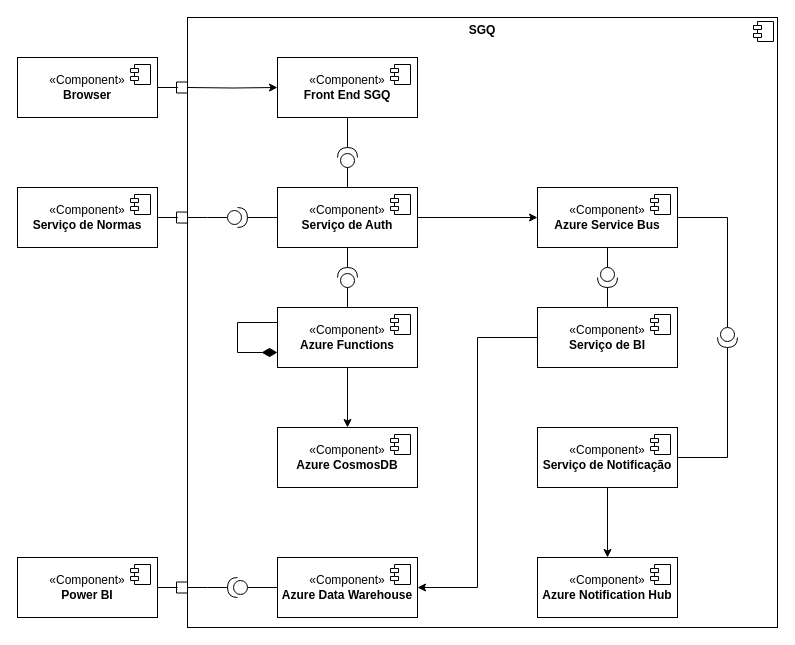
The draw.io diagram docs/draws/4.1 Diagrama de componentes.drawio in fbalbinoribeiro/sgq, before the edit. Source tidied: cells renumbered, new cells numbered last; positions are measured from the earlier drawing's top-left corner, leaving out a move shared by most shapes. Both pictures are drawn from the tidied source at 100%, with x=0, y=0 at pixel (17, 17).
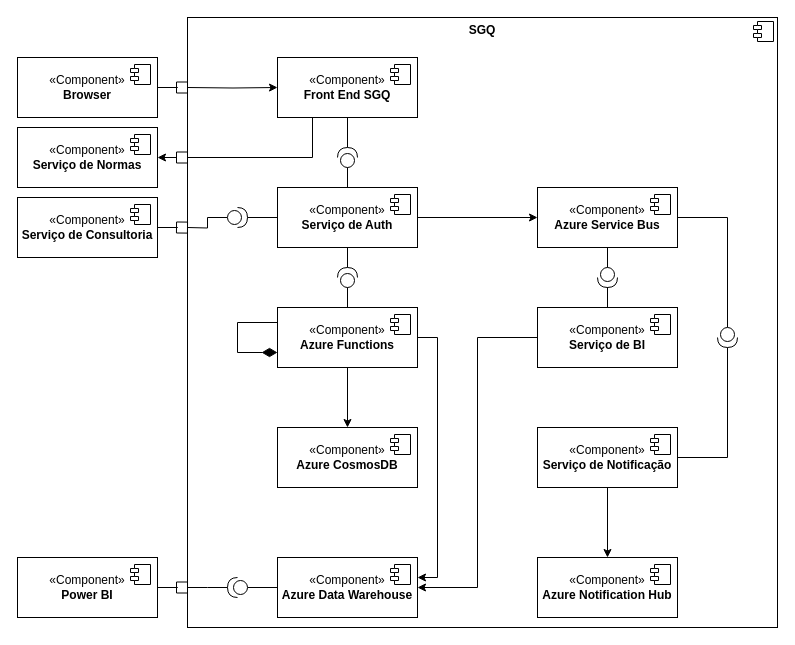
After the change.

The change refers to these unchanged cells:
```xml
<mxCell id="2" value="&lt;p style=&quot;margin:0px;margin-top:6px;text-align:center;&quot;&gt;&lt;b&gt;SGQ&lt;/b&gt;&lt;/p&gt;" style="align=left;overflow=fill;html=1;whiteSpace=wrap;" parent="1" vertex="1">
  <mxGeometry x="170" width="590" height="610" as="geometry" />
</mxCell>
<mxCell id="9" value="«Component»&lt;br&gt;&lt;b&gt;Front End SGQ&lt;/b&gt;" style="html=1;whiteSpace=wrap;" parent="1" vertex="1">
  <mxGeometry x="260" y="40" width="140" height="60" as="geometry" />
</mxCell>
<mxCell id="26" value="«Component»&lt;br&gt;&lt;b&gt;Azure Functions&lt;/b&gt;" style="html=1;whiteSpace=wrap;" parent="1" vertex="1">
  <mxGeometry x="260" y="290" width="140" height="60" as="geometry" />
</mxCell>
<mxCell id="51" style="shape=providedRequiredInterface;html=1;verticalLabelPosition=bottom;sketch=0;rotation=-180;direction=west;" parent="1" vertex="1">
  <mxGeometry x="210" y="190" width="20" height="20" as="geometry" />
</mxCell>
```

The edit, as a diff of the source:
```diff
@@
+    <mxCell id="55" style="edgeStyle=orthogonalEdgeStyle;rounded=0;jettySize=auto;html=1;exitX=0.25;exitY=1;exitDx=0;exitDy=0;entryX=0.25;entryY=1;entryDx=0;entryDy=0;endArrow=none;endFill=0;" parent="1" edge="1" source="9">
+      <mxGeometry relative="1" as="geometry">
+        <mxPoint x="170" y="140" as="targetPoint" />
+        <Array as="points">
+          <mxPoint x="295" y="140" />
+        </Array>
+      </mxGeometry>
+    </mxCell>
@@
-    <mxCell id="11" style="edgeStyle=orthogonalEdgeStyle;rounded=0;jettySize=auto;html=1;endArrow=box;endFill=0;endSize=9;entryX=0;entryY=0.328;entryDx=0;entryDy=0;entryPerimeter=0;" parent="1" edge="1" source="12" target="2">
-      <mxGeometry relative="1" as="geometry" />
+    <mxCell id="11" style="edgeStyle=orthogonalEdgeStyle;rounded=0;orthogonalLoop=1;jettySize=auto;html=1;endArrow=box;endFill=0;endSize=9;entryX=0;entryY=0.328;entryDx=0;entryDy=0;entryPerimeter=0;startArrow=classic;startFill=1;" parent="1" edge="1">
+      <mxGeometry relative="1" as="geometry">
+        <mxPoint x="140" y="140" as="sourcePoint" />
+        <mxPoint x="170" y="140.1" as="targetPoint" />
+      </mxGeometry>
     </mxCell>
     <mxCell id="12" value="«Component»&lt;br&gt;&lt;b&gt;Serviço de Normas&lt;/b&gt;" style="html=1;whiteSpace=wrap;" parent="1" vertex="1">
-      <mxGeometry y="170" width="140" height="60" as="geometry" />
+      <mxGeometry y="110" width="140" height="60" as="geometry" />
     </mxCell>
@@
     <mxCell id="50" style="edgeStyle=orthogonalEdgeStyle;rounded=0;jettySize=auto;html=1;endArrow=none;endFill=0;" parent="1" edge="1" source="51">
       <mxGeometry relative="1" as="geometry">
-        <mxPoint x="170" y="200" as="targetPoint" />
+        <mxPoint x="170" y="210" as="targetPoint" />
       </mxGeometry>
     </mxCell>
@@
+    <mxCell id="56" style="edgeStyle=orthogonalEdgeStyle;rounded=0;jettySize=auto;html=1;endArrow=box;endFill=0;endSize=9;entryX=0;entryY=0.328;entryDx=0;entryDy=0;entryPerimeter=0;" parent="1" edge="1" source="57">
+      <mxGeometry relative="1" as="geometry">
+        <mxPoint x="170" y="210.1" as="targetPoint" />
+      </mxGeometry>
+    </mxCell>
+    <mxCell id="57" value="«Component»&lt;br&gt;&lt;b&gt;Serviço de Consultoria&lt;/b&gt;" style="html=1;whiteSpace=wrap;" parent="1" vertex="1">
+      <mxGeometry y="180" width="140" height="60" as="geometry" />
+    </mxCell>
+    <mxCell id="58" style="shape=module;jettyWidth=8;jettyHeight=4;" parent="57" vertex="1">
+      <mxGeometry x="1" width="20" height="20" relative="1" as="geometry">
+        <mxPoint x="-27" y="7" as="offset" />
+      </mxGeometry>
+    </mxCell>
+    <mxCell id="59" style="edgeStyle=orthogonalEdgeStyle;rounded=0;jettySize=auto;html=1;entryX=1;entryY=0.5;entryDx=0;entryDy=0;exitX=1;exitY=0.5;exitDx=0;exitDy=0;" parent="1" edge="1" source="26">
+      <mxGeometry relative="1" as="geometry">
+        <mxPoint x="400" y="560" as="targetPoint" />
+        <Array as="points">
+          <mxPoint x="420" y="320" />
+          <mxPoint x="420" y="560" />
+        </Array>
+      </mxGeometry>
+    </mxCell>
```
